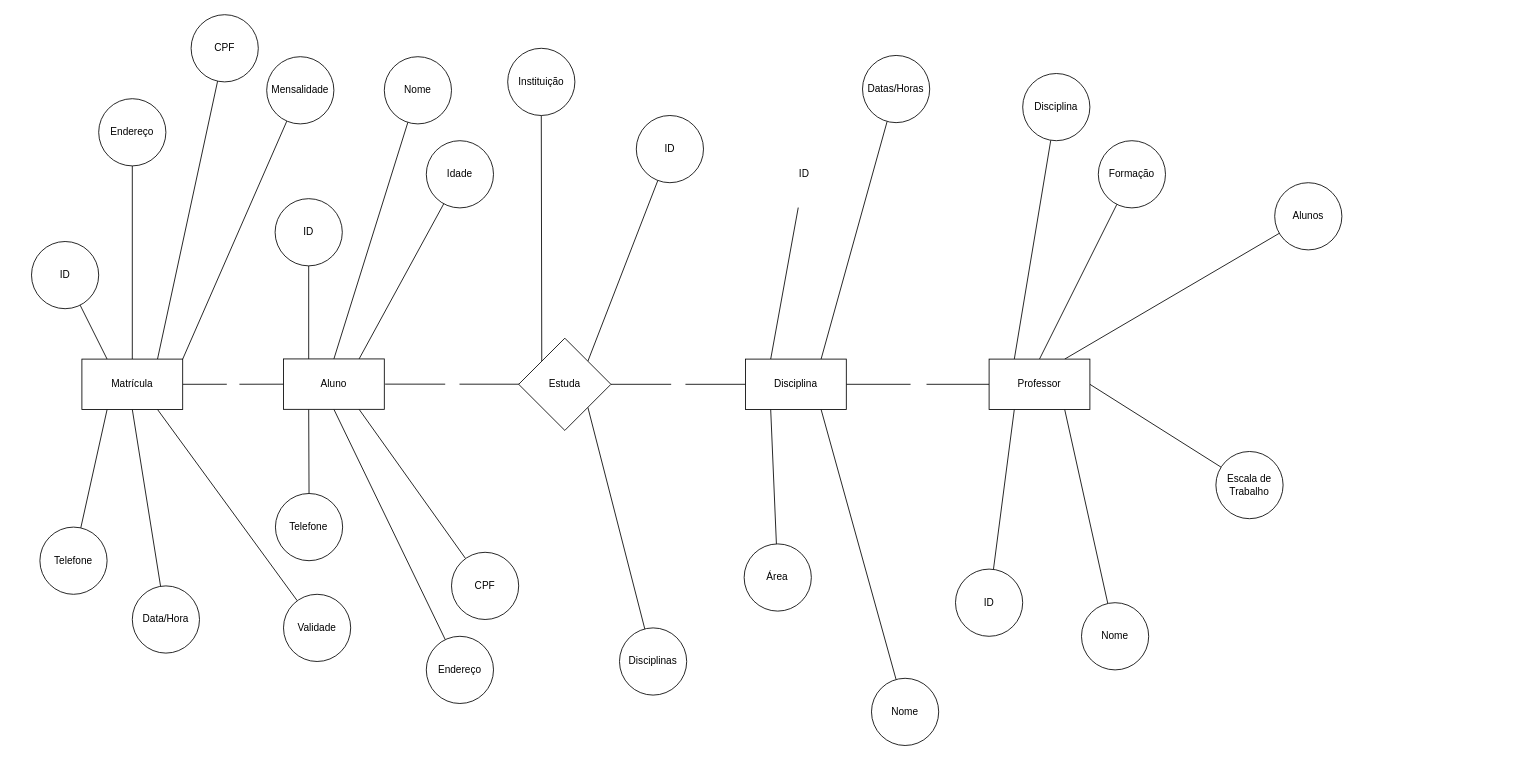
This is page "Sistema de Gestão Escolar" (3 of 3) of BD/exercicios_DER_2.drawio from marcel-aita/DEVNOITE, a draw.io file, before an edit. Source tidied: cells renumbered, new cells numbered last; positions are measured from the earlier drawing's top-left corner, leaving out a move shared by most shapes. Both pictures are drawn from the tidied source at 84%, with x=0, y=0 at pixel (31, 14).
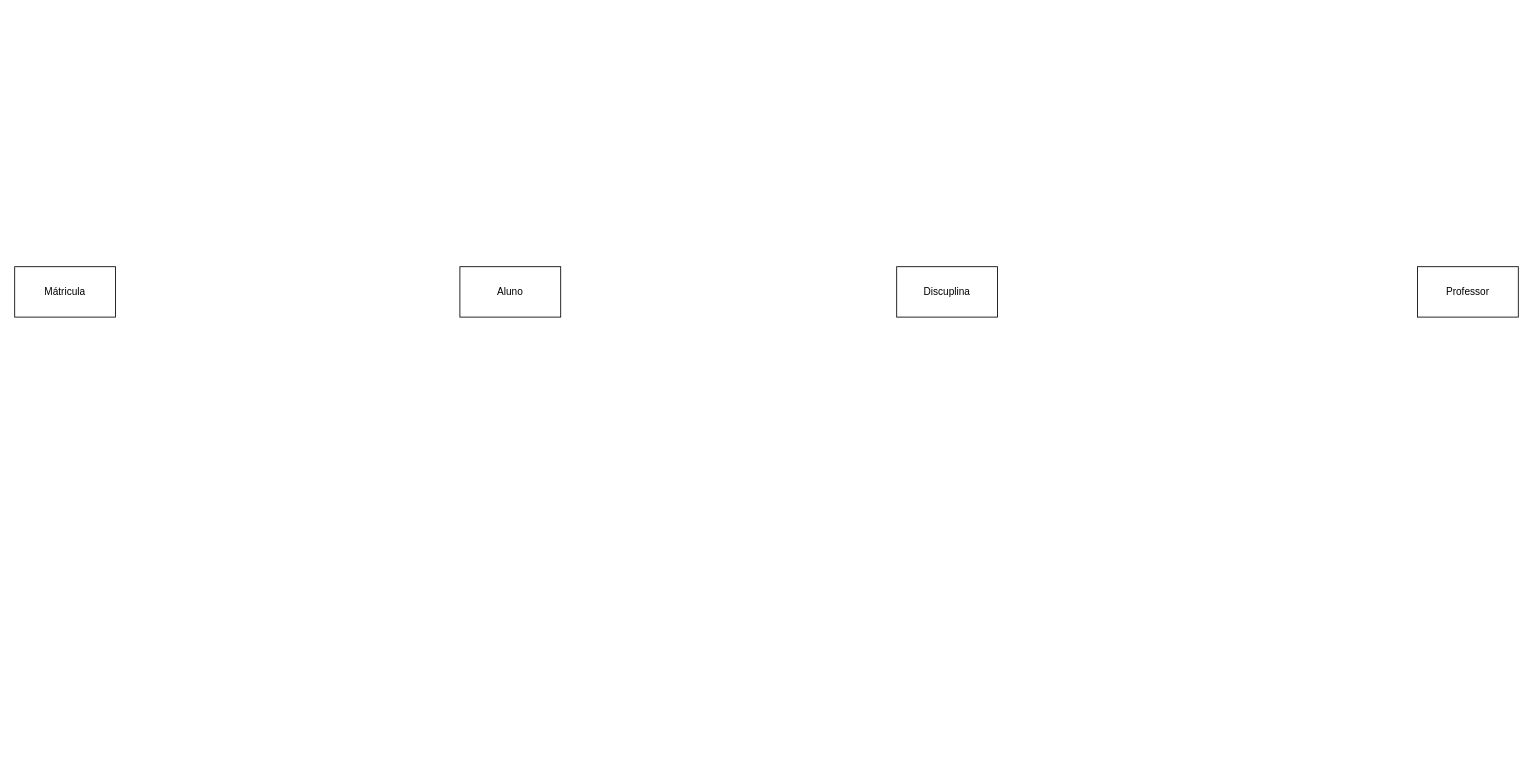
Above is the later version.

Change to the diagram source:
```diff
@@
-    <mxCell id="2" value="&lt;font style=&quot;color: light-dark(rgb(255, 255, 255), rgb(255, 255, 255));&quot;&gt;1:1&lt;/font&gt;" style="edgeStyle=none;html=1;exitX=1;exitY=0.5;exitDx=0;exitDy=0;fontColor=#000000;endArrow=none;endFill=0;" parent="1" edge="1" source="10" target="18">
-      <mxGeometry relative="1" as="geometry" />
-    </mxCell>
-    <mxCell id="3" style="edgeStyle=none;html=1;exitX=0.25;exitY=0;exitDx=0;exitDy=0;fontColor=#FFFFFF;endArrow=none;endFill=0;" parent="1" edge="1" source="10" target="37">
-      <mxGeometry relative="1" as="geometry" />
-    </mxCell>
-    <mxCell id="4" style="edgeStyle=none;html=1;exitX=0.5;exitY=0;exitDx=0;exitDy=0;fontColor=#000000;endArrow=none;endFill=0;" parent="1" edge="1" source="10" target="38">
-      <mxGeometry relative="1" as="geometry" />
-    </mxCell>
-    <mxCell id="5" style="edgeStyle=none;html=1;exitX=0.75;exitY=0;exitDx=0;exitDy=0;fontColor=#000000;endArrow=none;endFill=0;" parent="1" edge="1" source="10" target="39">
-      <mxGeometry relative="1" as="geometry" />
-    </mxCell>
-    <mxCell id="6" style="edgeStyle=none;html=1;exitX=1;exitY=0;exitDx=0;exitDy=0;fontColor=#000000;endArrow=none;endFill=0;" parent="1" edge="1" source="10" target="40">
-      <mxGeometry relative="1" as="geometry" />
-    </mxCell>
-    <mxCell id="7" style="edgeStyle=none;html=1;exitX=0.25;exitY=1;exitDx=0;exitDy=0;fontColor=#000000;endArrow=none;endFill=0;" parent="1" edge="1" source="10" target="41">
-      <mxGeometry relative="1" as="geometry" />
-    </mxCell>
-    <mxCell id="8" style="edgeStyle=none;html=1;exitX=0.5;exitY=1;exitDx=0;exitDy=0;fontColor=#000000;endArrow=none;endFill=0;" parent="1" edge="1" source="10" target="42">
-      <mxGeometry relative="1" as="geometry" />
-    </mxCell>
-    <mxCell id="9" style="edgeStyle=none;html=1;exitX=0.75;exitY=1;exitDx=0;exitDy=0;fontColor=#000000;endArrow=none;endFill=0;" parent="1" edge="1" source="10" target="43">
-      <mxGeometry relative="1" as="geometry" />
-    </mxCell>
-    <mxCell id="10" value="Matrícula" style="rounded=0;whiteSpace=wrap;html=1;fontColor=#000000;fillColor=#FFFFFF;" parent="1" vertex="1">
-      <mxGeometry x="60" y="410" width="120" height="60" as="geometry" />
-    </mxCell>
-    <mxCell id="11" value="&lt;font style=&quot;color: light-dark(rgb(255, 255, 255), rgb(255, 255, 255));&quot;&gt;N:1&lt;/font&gt;" style="edgeStyle=none;html=1;exitX=1;exitY=0.5;exitDx=0;exitDy=0;fontColor=#000000;endArrow=none;endFill=0;" parent="1" edge="1">
-      <mxGeometry relative="1" as="geometry">
-        <mxPoint x="421" y="439.8" as="sourcePoint" />
-        <mxPoint x="581.1" y="439.9" as="targetPoint" />
-      </mxGeometry>
-    </mxCell>
-    <mxCell id="12" style="edgeStyle=none;html=1;exitX=0.25;exitY=0;exitDx=0;exitDy=0;fontColor=#000000;endArrow=none;endFill=0;" parent="1" edge="1" source="18" target="44">
-      <mxGeometry relative="1" as="geometry" />
-    </mxCell>
-    <mxCell id="13" style="edgeStyle=none;html=1;exitX=0.5;exitY=0;exitDx=0;exitDy=0;fontColor=#000000;endArrow=none;endFill=0;" parent="1" edge="1" source="18" target="45">
-      <mxGeometry relative="1" as="geometry" />
-    </mxCell>
-    <mxCell id="14" style="edgeStyle=none;html=1;exitX=0.75;exitY=0;exitDx=0;exitDy=0;fontColor=#000000;endArrow=none;endFill=0;" parent="1" edge="1" source="18" target="46">
-      <mxGeometry relative="1" as="geometry" />
-    </mxCell>
-    <mxCell id="15" style="edgeStyle=none;html=1;exitX=0.25;exitY=1;exitDx=0;exitDy=0;fontColor=#000000;endArrow=none;endFill=0;" parent="1" edge="1" source="18" target="47">
-      <mxGeometry relative="1" as="geometry" />
-    </mxCell>
-    <mxCell id="16" style="edgeStyle=none;html=1;exitX=0.5;exitY=1;exitDx=0;exitDy=0;fontColor=#000000;endArrow=none;endFill=0;" parent="1" edge="1" source="18" target="48">
-      <mxGeometry relative="1" as="geometry" />
-    </mxCell>
-    <mxCell id="17" style="edgeStyle=none;html=1;exitX=0.75;exitY=1;exitDx=0;exitDy=0;fontColor=#000000;endArrow=none;endFill=0;" parent="1" edge="1" source="18" target="49">
-      <mxGeometry relative="1" as="geometry" />
-    </mxCell>
+    <mxCell id="63" value="Mátricula" style="rounded=0;whiteSpace=wrap;html=1;" parent="1" vertex="1">
+      <mxGeometry x="-20" y="300" width="120" height="60" as="geometry" />
+    </mxCell>
-    <mxCell id="18" value="Aluno" style="rounded=0;whiteSpace=wrap;html=1;fontColor=#000000;fillColor=#FFFFFF;" parent="1" vertex="1">
-      <mxGeometry x="300" y="409.8" width="120" height="60" as="geometry" />
+    <mxCell id="18" value="Aluno" style="rounded=0;whiteSpace=wrap;html=1;" parent="1" vertex="1">
+      <mxGeometry x="510" y="300" width="120" height="60" as="geometry" />
     </mxCell>
-    <mxCell id="19" value="&lt;font style=&quot;color: light-dark(rgb(255, 255, 255), rgb(255, 255, 255));&quot;&gt;1:N&lt;/font&gt;" style="edgeStyle=none;html=1;exitX=1;exitY=0.5;exitDx=0;exitDy=0;fontColor=#000000;endArrow=none;endFill=0;" parent="1" edge="1" source="23" target="29">
-      <mxGeometry relative="1" as="geometry" />
-    </mxCell>
-    <mxCell id="20" style="edgeStyle=none;html=1;exitX=1;exitY=0;exitDx=0;exitDy=0;fontColor=#000000;endArrow=none;endFill=0;" parent="1" edge="1" source="23" target="50">
-      <mxGeometry relative="1" as="geometry" />
-    </mxCell>
-    <mxCell id="21" style="edgeStyle=none;html=1;exitX=0;exitY=0;exitDx=0;exitDy=0;fontColor=#000000;endArrow=none;endFill=0;" parent="1" edge="1" source="23" target="51">
-      <mxGeometry relative="1" as="geometry" />
-    </mxCell>
-    <mxCell id="22" style="edgeStyle=none;html=1;exitX=1;exitY=1;exitDx=0;exitDy=0;fontColor=#000000;endArrow=none;endFill=0;" parent="1" edge="1" source="23" target="52">
-      <mxGeometry relative="1" as="geometry" />
-    </mxCell>
-    <mxCell id="23" value="Estuda" style="rhombus;whiteSpace=wrap;html=1;fontColor=#000000;fillColor=#FFFFFF;" parent="1" vertex="1">
-      <mxGeometry x="580" y="385.1" width="109.8" height="109.8" as="geometry" />
-    </mxCell>
-    <mxCell id="24" value="&lt;font style=&quot;color: light-dark(rgb(255, 255, 255), rgb(255, 255, 255));&quot;&gt;N:N&lt;/font&gt;" style="edgeStyle=none;html=1;exitX=1;exitY=0.5;exitDx=0;exitDy=0;fontColor=#000000;endArrow=none;endFill=0;" parent="1" edge="1" source="29" target="36">
-      <mxGeometry x="0.01" relative="1" as="geometry" />
-    </mxCell>
-    <mxCell id="25" style="edgeStyle=none;html=1;exitX=0.25;exitY=0;exitDx=0;exitDy=0;endArrow=none;endFill=0;" parent="1" edge="1" source="29" target="53">
-      <mxGeometry relative="1" as="geometry" />
-    </mxCell>
-    <mxCell id="26" style="edgeStyle=none;html=1;exitX=0.75;exitY=0;exitDx=0;exitDy=0;fontColor=#000000;endArrow=none;endFill=0;" parent="1" edge="1" source="29" target="55">
-      <mxGeometry relative="1" as="geometry" />
-    </mxCell>
-    <mxCell id="27" style="edgeStyle=none;html=1;exitX=0.25;exitY=1;exitDx=0;exitDy=0;fontColor=#000000;endArrow=none;endFill=0;" parent="1" edge="1" source="29" target="54">
-      <mxGeometry relative="1" as="geometry" />
-    </mxCell>
-    <mxCell id="28" style="edgeStyle=none;html=1;exitX=0.75;exitY=1;exitDx=0;exitDy=0;fontColor=#000000;endArrow=none;endFill=0;" parent="1" edge="1" source="29" target="56">
-      <mxGeometry relative="1" as="geometry" />
-    </mxCell>
-    <mxCell id="29" value="Disciplina" style="rounded=0;whiteSpace=wrap;html=1;fontColor=#000000;fillColor=#FFFFFF;" parent="1" vertex="1">
-      <mxGeometry x="850" y="410" width="120" height="60" as="geometry" />
-    </mxCell>
-    <mxCell id="30" style="edgeStyle=none;html=1;exitX=0.25;exitY=1;exitDx=0;exitDy=0;fontColor=#000000;endArrow=none;endFill=0;" parent="1" edge="1" source="36" target="57">
-      <mxGeometry relative="1" as="geometry" />
-    </mxCell>
-    <mxCell id="31" style="edgeStyle=none;html=1;exitX=0.75;exitY=1;exitDx=0;exitDy=0;fontColor=#000000;endArrow=none;endFill=0;" parent="1" edge="1" source="36" target="58">
-      <mxGeometry relative="1" as="geometry" />
-    </mxCell>
-    <mxCell id="32" style="edgeStyle=none;html=1;exitX=0.25;exitY=0;exitDx=0;exitDy=0;fontColor=#000000;endArrow=none;endFill=0;" parent="1" edge="1" source="36" target="59">
-      <mxGeometry relative="1" as="geometry" />
-    </mxCell>
-    <mxCell id="33" style="edgeStyle=none;html=1;exitX=0.5;exitY=0;exitDx=0;exitDy=0;fontColor=#000000;endArrow=none;endFill=0;" parent="1" edge="1" source="36" target="60">
-      <mxGeometry relative="1" as="geometry" />
-    </mxCell>
-    <mxCell id="34" style="edgeStyle=none;html=1;exitX=1;exitY=0.5;exitDx=0;exitDy=0;fontColor=#000000;endArrow=none;endFill=0;" parent="1" edge="1" source="36" target="61">
-      <mxGeometry relative="1" as="geometry" />
-    </mxCell>
-    <mxCell id="35" style="edgeStyle=none;html=1;exitX=0.75;exitY=0;exitDx=0;exitDy=0;fontColor=#000000;endArrow=none;endFill=0;" parent="1" edge="1" source="36" target="62">
-      <mxGeometry relative="1" as="geometry" />
-    </mxCell>
+    <mxCell id="64" value="Discuplina" style="rounded=0;whiteSpace=wrap;html=1;" parent="1" vertex="1">
+      <mxGeometry x="1030" y="300" width="120" height="60" as="geometry" />
+    </mxCell>
-    <mxCell id="36" value="Professor" style="rounded=0;whiteSpace=wrap;html=1;fontColor=#000000;fillColor=#FFFFFF;" parent="1" vertex="1">
-      <mxGeometry x="1140" y="410" width="120" height="60" as="geometry" />
+    <mxCell id="36" value="Professor" style="rounded=0;whiteSpace=wrap;html=1;" parent="1" vertex="1">
+      <mxGeometry x="1650" y="300" width="120" height="60" as="geometry" />
     </mxCell>
-    <mxCell id="37" value="&lt;font color=&quot;#000000&quot;&gt;ID&lt;/font&gt;" style="ellipse;whiteSpace=wrap;html=1;fontColor=#FFFFFF;fillColor=#FFFFFF;" parent="1" vertex="1">
-      <mxGeometry y="270" width="80" height="80" as="geometry" />
-    </mxCell>
-    <mxCell id="38" value="Endereço" style="ellipse;whiteSpace=wrap;html=1;fontColor=#000000;fillColor=#FFFFFF;" parent="1" vertex="1">
-      <mxGeometry x="80" y="100" width="80" height="80" as="geometry" />
-    </mxCell>
-    <mxCell id="39" value="CPF" style="ellipse;whiteSpace=wrap;html=1;fontColor=#000000;fillColor=#FFFFFF;" parent="1" vertex="1">
-      <mxGeometry x="190" width="80" height="80" as="geometry" />
-    </mxCell>
-    <mxCell id="40" value="Mensalidade" style="ellipse;whiteSpace=wrap;html=1;fontColor=#000000;fillColor=#FFFFFF;" parent="1" vertex="1">
-      <mxGeometry x="280" y="50" width="80" height="80" as="geometry" />
-    </mxCell>
-    <mxCell id="41" value="Telefone" style="ellipse;whiteSpace=wrap;html=1;fontColor=#000000;fillColor=#FFFFFF;" parent="1" vertex="1">
-      <mxGeometry x="10" y="610" width="80" height="80" as="geometry" />
-    </mxCell>
-    <mxCell id="42" value="Data/Hora" style="ellipse;whiteSpace=wrap;html=1;fontColor=#000000;fillColor=#FFFFFF;" parent="1" vertex="1">
-      <mxGeometry x="120" y="680" width="80" height="80" as="geometry" />
-    </mxCell>
-    <mxCell id="43" value="Validade" style="ellipse;whiteSpace=wrap;html=1;fontColor=#000000;fillColor=#FFFFFF;" parent="1" vertex="1">
-      <mxGeometry x="300" y="690" width="80" height="80" as="geometry" />
-    </mxCell>
-    <mxCell id="44" value="ID" style="ellipse;whiteSpace=wrap;html=1;fontColor=#000000;fillColor=#FFFFFF;" parent="1" vertex="1">
-      <mxGeometry x="290" y="219" width="80" height="80" as="geometry" />
-    </mxCell>
-    <mxCell id="45" value="Nome" style="ellipse;whiteSpace=wrap;html=1;fontColor=#000000;fillColor=#FFFFFF;" parent="1" vertex="1">
-      <mxGeometry x="420" y="50" width="80" height="80" as="geometry" />
-    </mxCell>
-    <mxCell id="46" value="Idade" style="ellipse;whiteSpace=wrap;html=1;fontColor=#000000;fillColor=#FFFFFF;" parent="1" vertex="1">
-      <mxGeometry x="470" y="150" width="80" height="80" as="geometry" />
-    </mxCell>
-    <mxCell id="47" value="Telefone" style="ellipse;whiteSpace=wrap;html=1;fontColor=#000000;fillColor=#FFFFFF;" parent="1" vertex="1">
-      <mxGeometry x="290.4" y="570" width="80" height="80" as="geometry" />
-    </mxCell>
-    <mxCell id="48" value="Endereço" style="ellipse;whiteSpace=wrap;html=1;fontColor=#000000;fillColor=#FFFFFF;" parent="1" vertex="1">
-      <mxGeometry x="470" y="740" width="80" height="80" as="geometry" />
-    </mxCell>
-    <mxCell id="49" value="CPF" style="ellipse;whiteSpace=wrap;html=1;fontColor=#000000;fillColor=#FFFFFF;" parent="1" vertex="1">
-      <mxGeometry x="500" y="640" width="80" height="80" as="geometry" />
-    </mxCell>
-    <mxCell id="50" value="ID" style="ellipse;whiteSpace=wrap;html=1;fontColor=#000000;fillColor=#FFFFFF;" parent="1" vertex="1">
-      <mxGeometry x="720" y="120" width="80" height="80" as="geometry" />
-    </mxCell>
-    <mxCell id="51" value="Instituição" style="ellipse;whiteSpace=wrap;html=1;fontColor=#000000;fillColor=#FFFFFF;" parent="1" vertex="1">
-      <mxGeometry x="566.9" y="40" width="80" height="80" as="geometry" />
-    </mxCell>
-    <mxCell id="52" value="Disciplinas" style="ellipse;whiteSpace=wrap;html=1;fontColor=#000000;fillColor=#FFFFFF;" parent="1" vertex="1">
-      <mxGeometry x="700" y="730" width="80" height="80" as="geometry" />
-    </mxCell>
-    <mxCell id="53" value="&lt;font color=&quot;#000000&quot;&gt;ID&lt;/font&gt;" style="shape=tapeData;whiteSpace=wrap;html=1;perimeter=ellipsePerimeter;fillColor=#FFFFFF;strokeColor=none;" parent="1" vertex="1">
-      <mxGeometry x="880" y="150" width="80" height="80" as="geometry" />
-    </mxCell>
-    <mxCell id="54" value="Área" style="ellipse;whiteSpace=wrap;html=1;fontColor=#000000;fillColor=#FFFFFF;" parent="1" vertex="1">
-      <mxGeometry x="848.4" y="630" width="80" height="80" as="geometry" />
-    </mxCell>
-    <mxCell id="55" value="Datas/Horas" style="ellipse;whiteSpace=wrap;html=1;fontColor=#000000;fillColor=#FFFFFF;" parent="1" vertex="1">
-      <mxGeometry x="989.3" y="48.5" width="80" height="80" as="geometry" />
-    </mxCell>
-    <mxCell id="56" value="Nome" style="ellipse;whiteSpace=wrap;html=1;fontColor=#000000;fillColor=#FFFFFF;" parent="1" vertex="1">
-      <mxGeometry x="1000" y="790" width="80" height="80" as="geometry" />
-    </mxCell>
-    <mxCell id="57" value="ID" style="ellipse;whiteSpace=wrap;html=1;fontColor=#000000;fillColor=#FFFFFF;" parent="1" vertex="1">
-      <mxGeometry x="1100" y="660" width="80" height="80" as="geometry" />
-    </mxCell>
-    <mxCell id="58" value="Nome" style="ellipse;whiteSpace=wrap;html=1;fontColor=#000000;fillColor=#FFFFFF;" parent="1" vertex="1">
-      <mxGeometry x="1250" y="700" width="80" height="80" as="geometry" />
-    </mxCell>
-    <mxCell id="59" value="Disciplina" style="ellipse;whiteSpace=wrap;html=1;fontColor=#000000;fillColor=#FFFFFF;" parent="1" vertex="1">
-      <mxGeometry x="1180" y="70" width="80" height="80" as="geometry" />
-    </mxCell>
-    <mxCell id="60" value="Formação" style="ellipse;whiteSpace=wrap;html=1;fontColor=#000000;fillColor=#FFFFFF;" parent="1" vertex="1">
-      <mxGeometry x="1270" y="150" width="80" height="80" as="geometry" />
-    </mxCell>
-    <mxCell id="61" value="Escala de Trabalho" style="ellipse;whiteSpace=wrap;html=1;fontColor=#000000;fillColor=#FFFFFF;" parent="1" vertex="1">
-      <mxGeometry x="1410" y="520" width="80" height="80" as="geometry" />
-    </mxCell>
-    <mxCell id="62" value="Alunos" style="ellipse;whiteSpace=wrap;html=1;fontColor=#000000;fillColor=#FFFFFF;" parent="1" vertex="1">
-      <mxGeometry x="1480" y="200" width="80" height="80" as="geometry" />
-    </mxCell>
```
